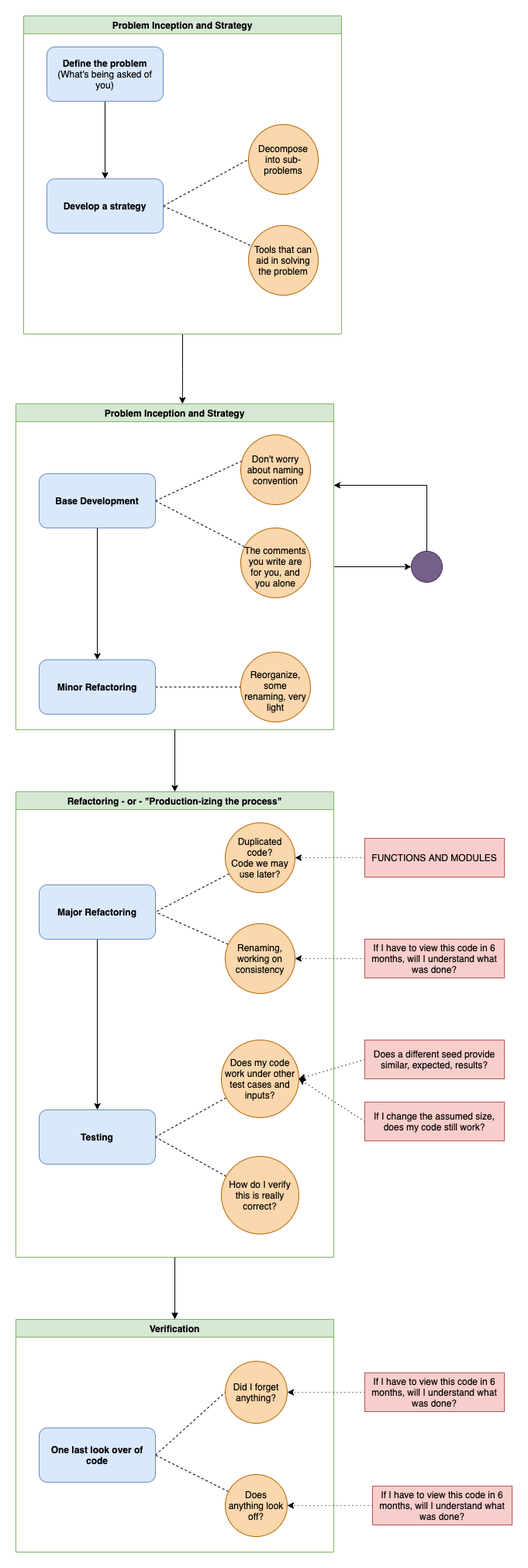
Earlier version of the draw.io export Notebooks/01-Core/04-Lecture.Development-Flow.png (TheDarkTrumpet/BAIS-6040-0EXP-Sum2021). Source tidied: cells renumbered, new cells last; positions are measured from the earlier drawing's top-left corner, leaving out a move shared by most shapes.
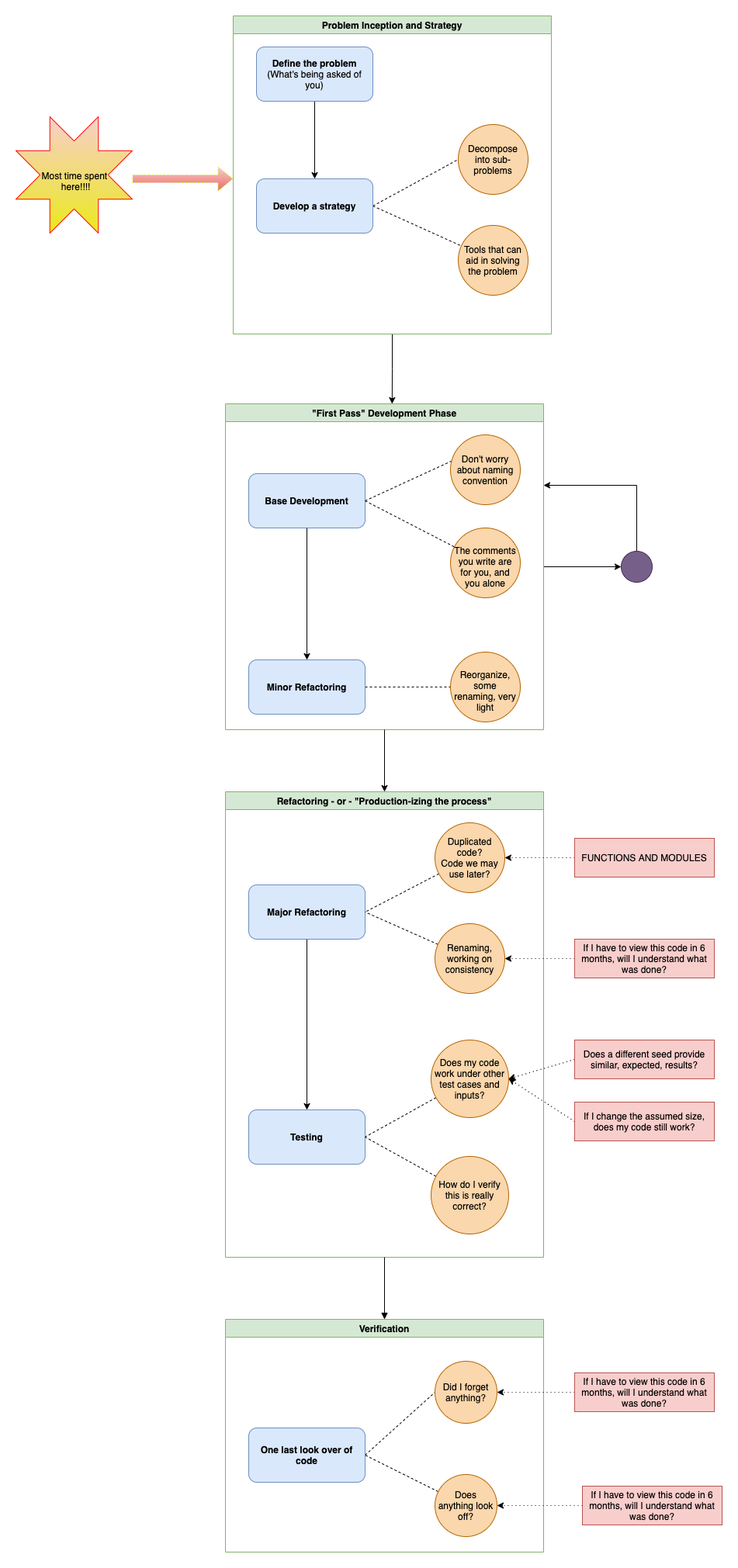
The same file after the commit.

Commit message:
Updates and corrections to the diagrams

Diff of the diagram source:
```diff
@@ -5,7 +5,7 @@
     <mxCell id="2" style="edgeStyle=none;rounded=0;jettySize=auto;html=1;" parent="1" edge="1" source="3" target="23">
       <mxGeometry relative="1" as="geometry" />
     </mxCell>
-    <mxCell id="3" value="Problem Inception and Strategy" style="swimlane;fillColor=#d5e8d4;strokeColor=#82b366;" parent="1" vertex="1">
+    <mxCell id="3" value="&quot;First Pass&quot; Development Phase" style="swimlane;fillColor=#d5e8d4;strokeColor=#82b366;" parent="1" vertex="1">
       <mxGeometry y="500" width="410" height="420" as="geometry" />
     </mxCell>
     <mxCell id="4" style="edgeStyle=orthogonalEdgeStyle;rounded=0;jettySize=auto;html=1;" parent="3" edge="1" source="6" target="9">
@@ -168,5 +168,14 @@
     <mxCell id="55" value="If I change the assumed size, does my code still work?" style="text;html=1;strokeColor=#b85450;fillColor=#f8cecc;align=center;verticalAlign=middle;whiteSpace=wrap;rounded=0;" parent="1" vertex="1">
       <mxGeometry x="450" y="1400" width="180" height="50" as="geometry" />
     </mxCell>
+    <mxCell id="56" style="shape=flexArrow;endArrow=classic;html=1;dashed=1;dashPattern=1 4;gradientColor=#ea6b66;fillColor=#f8cecc;strokeColor=#C4FF03;" parent="1" edge="1">
+      <mxGeometry relative="1" as="geometry">
+        <mxPoint x="-120" y="210" as="sourcePoint" />
+        <mxPoint x="10" y="210" as="targetPoint" />
+      </mxGeometry>
+    </mxCell>
+    <mxCell id="57" value="Most time spent &lt;br&gt;here!!!!" style="verticalLabelPosition=bottom;verticalAlign=top;html=1;shape=mxgraph.basic.8_point_star;spacingLeft=4;spacingBottom=0;spacingTop=-87;fillColor=#f8cecc;gradientColor=#EAEA1C;strokeColor=#FF0000;" parent="1" vertex="1">
+      <mxGeometry x="-270" y="130" width="150" height="150" as="geometry" />
+    </mxCell>
   </root>
 </mxGraphModel>
```
